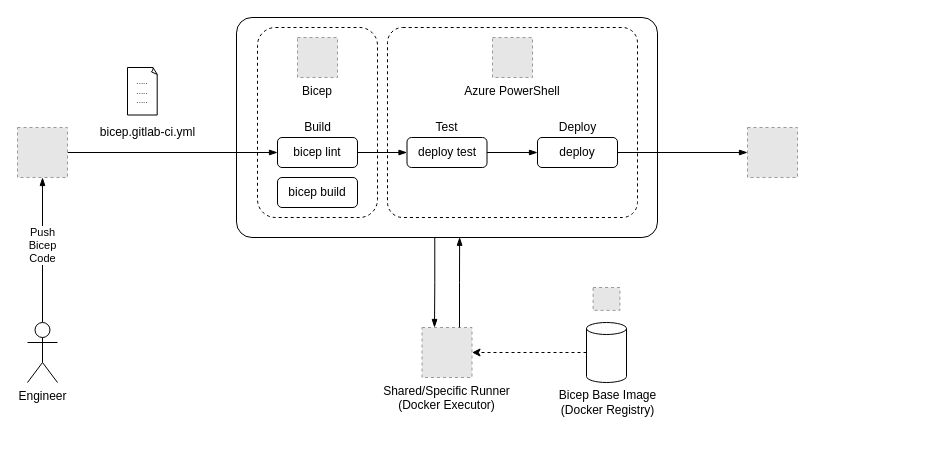
Earlier version of the draw.io diagram page "deployment" (2 of 3) of assets/2025-06-08-bicep-deployment-stack/bicep-deployment-stack.drawio (webflow-development/webflow.github.io). Source tidied: cells renumbered, new cells numbered last; positions are measured from the earlier drawing's top-left corner, leaving out a move shared by most shapes. Both pictures are drawn from the tidied source at 100%, with x=0, y=0 at pixel (17, 17). Pictures stored in the file or linked from it are replaced by grey dashed boxes.
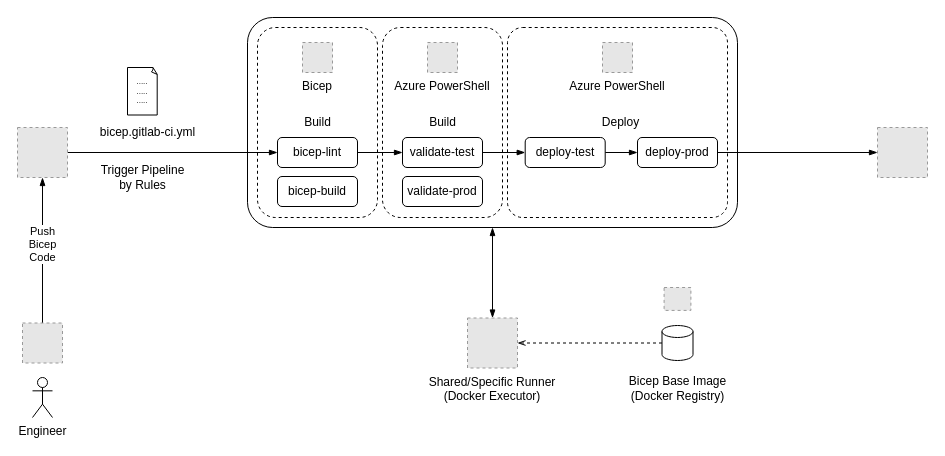
The same diagram, later.

Unchanged cells that the change refers to:
```xml
<mxCell id="7" style="fillColor=#E6E6E6;strokeColor=#999999;dashed=1;verticalLabelPosition=bottom;labelBackgroundColor=default;verticalAlign=top;" parent="1" vertex="1">
  <mxGeometry y="110" width="50" height="50" as="geometry" />
</mxCell>
```

What changed in the source:
```diff
@@
-    <mxCell id="2" style="edgeStyle=orthogonalEdgeStyle;rounded=0;jettySize=auto;html=1;entryX=0.25;entryY=0;entryDx=0;entryDy=0;exitX=0.471;exitY=0.999;exitDx=0;exitDy=0;exitPerimeter=0;endArrow=blockThin;endFill=1;" parent="1" edge="1" source="3" target="26">
-      <mxGeometry relative="1" as="geometry" />
-    </mxCell>
-    <mxCell id="3" style="rounded=1;whiteSpace=wrap;html=1;arcSize=7;" parent="1" vertex="1">
-      <mxGeometry x="219" width="421" height="220" as="geometry" />
+    <mxCell id="3" style="rounded=1;whiteSpace=wrap;html=1;arcSize=12;" parent="1" vertex="1">
+      <mxGeometry x="230" width="490" height="210" as="geometry" />
     </mxCell>
+    <mxCell id="32" style="rounded=1;whiteSpace=wrap;html=1;dashed=1;" parent="1" vertex="1">
+      <mxGeometry x="365" y="10" width="120" height="190" as="geometry" />
+    </mxCell>
@@
     <mxCell id="5" style="rounded=1;whiteSpace=wrap;html=1;dashed=1;arcSize=8;" parent="1" vertex="1">
-      <mxGeometry x="370" y="10" width="250" height="190" as="geometry" />
+      <mxGeometry x="490" y="10" width="220" height="190" as="geometry" />
     </mxCell>
@@
     <mxCell id="8" style="fillColor=#E6E6E6;strokeColor=#999999;dashed=1;verticalLabelPosition=bottom;labelBackgroundColor=default;verticalAlign=top;" parent="1" vertex="1">
-      <mxGeometry x="730" y="110" width="50" height="50" as="geometry" />
+      <mxGeometry x="860" y="110" width="50" height="50" as="geometry" />
     </mxCell>
-    <mxCell id="9" style="edgeStyle=orthogonalEdgeStyle;rounded=0;jettySize=auto;html=1;endArrow=blockThin;endFill=1;" parent="1" edge="1" source="11" target="7">
+    <mxCell id="9" style="edgeStyle=orthogonalEdgeStyle;rounded=0;jettySize=auto;html=1;endArrow=blockThin;endFill=1;exitX=0.5;exitY=0;exitDx=0;exitDy=0;" parent="1" edge="1" source="39" target="7">
       <mxGeometry relative="1" as="geometry" />
     </mxCell>
@@
     <mxCell id="11" value="Engineer" style="shape=umlActor;verticalLabelPosition=bottom;verticalAlign=top;html=1;outlineConnect=0;" parent="1" vertex="1">
-      <mxGeometry x="10" y="305" width="30" height="60" as="geometry" />
+      <mxGeometry x="15" y="360" width="20" height="40" as="geometry" />
     </mxCell>
-    <mxCell id="12" style="edgeStyle=orthogonalEdgeStyle;rounded=0;jettySize=auto;html=1;entryX=0;entryY=0.5;entryDx=0;entryDy=0;endArrow=blockThin;endFill=1;" parent="1" edge="1" source="13" target="16">
+    <mxCell id="12" style="edgeStyle=orthogonalEdgeStyle;rounded=0;jettySize=auto;html=1;endArrow=blockThin;endFill=1;" parent="1" edge="1" source="13" target="34">
       <mxGeometry relative="1" as="geometry" />
     </mxCell>
-    <mxCell id="13" value="bicep lint" style="rounded=1;whiteSpace=wrap;html=1;" parent="1" vertex="1">
+    <mxCell id="13" value="bicep-lint" style="rounded=1;whiteSpace=wrap;html=1;" parent="1" vertex="1">
       <mxGeometry x="260" y="120" width="80" height="30" as="geometry" />
     </mxCell>
-    <mxCell id="14" value="bicep build" style="rounded=1;whiteSpace=wrap;html=1;" parent="1" vertex="1">
-      <mxGeometry x="260" y="160" width="80" height="30" as="geometry" />
+    <mxCell id="14" value="bicep-build" style="rounded=1;whiteSpace=wrap;html=1;" parent="1" vertex="1">
+      <mxGeometry x="260" y="159" width="80" height="30" as="geometry" />
     </mxCell>
@@
-    <mxCell id="16" value="deploy test" style="rounded=1;whiteSpace=wrap;html=1;" parent="1" vertex="1">
-      <mxGeometry x="389.5" y="120" width="80" height="30" as="geometry" />
+    <mxCell id="16" value="deploy-test" style="rounded=1;whiteSpace=wrap;html=1;" parent="1" vertex="1">
+      <mxGeometry x="507.7" y="120" width="80" height="30" as="geometry" />
     </mxCell>
@@
-    <mxCell id="18" value="deploy" style="rounded=1;whiteSpace=wrap;html=1;" parent="1" vertex="1">
-      <mxGeometry x="520" y="120" width="80" height="30" as="geometry" />
+    <mxCell id="18" value="deploy-prod" style="rounded=1;whiteSpace=wrap;html=1;" parent="1" vertex="1">
+      <mxGeometry x="620" y="120" width="80" height="30" as="geometry" />
     </mxCell>
     <mxCell id="19" value="Bicep" style="fillColor=#E6E6E6;strokeColor=#999999;dashed=1;verticalLabelPosition=bottom;labelBackgroundColor=default;verticalAlign=top;" parent="1" vertex="1">
-      <mxGeometry x="280" y="20" width="40" height="40" as="geometry" />
+      <mxGeometry x="285" y="25" width="30" height="30" as="geometry" />
     </mxCell>
@@
     <mxCell id="22" value="Azure PowerShell" style="fillColor=#E6E6E6;strokeColor=#999999;dashed=1;verticalLabelPosition=bottom;labelBackgroundColor=default;verticalAlign=top;" parent="1" vertex="1">
-      <mxGeometry x="475" y="20" width="40" height="40" as="geometry" />
+      <mxGeometry x="585" y="25" width="30" height="30" as="geometry" />
     </mxCell>
     <mxCell id="23" value="Build" style="text;html=1;align=center;verticalAlign=middle;strokeColor=none;fillColor=none;" parent="1" vertex="1">
-      <mxGeometry x="275" y="95" width="50" height="30" as="geometry" />
+      <mxGeometry x="275" y="90" width="50" height="30" as="geometry" />
     </mxCell>
-    <mxCell id="24" value="Test" style="text;html=1;align=center;verticalAlign=middle;strokeColor=none;fillColor=none;" parent="1" vertex="1">
-      <mxGeometry x="404" y="95" width="50" height="30" as="geometry" />
-    </mxCell>
     <mxCell id="25" value="Deploy" style="text;html=1;align=center;verticalAlign=middle;strokeColor=none;fillColor=none;" parent="1" vertex="1">
-      <mxGeometry x="530" y="95" width="60" height="30" as="geometry" />
+      <mxGeometry x="572.7" y="90" width="60" height="30" as="geometry" />
     </mxCell>
+    <mxCell id="27" style="edgeStyle=none;html=1;startArrow=blockThin;startFill=1;endArrow=blockThin;endFill=1;" parent="1" edge="1" source="26" target="3">
+      <mxGeometry relative="1" as="geometry" />
+    </mxCell>
     <mxCell id="26" value="Shared/Specific Runner&#10;(Docker Executor)" style="fillColor=#E6E6E6;strokeColor=#999999;dashed=1;verticalLabelPosition=bottom;labelBackgroundColor=default;verticalAlign=top;" parent="1" vertex="1">
-      <mxGeometry x="404.5" y="310" width="50" height="50" as="geometry" />
+      <mxGeometry x="450" y="300.5" width="50" height="50" as="geometry" />
     </mxCell>
-    <mxCell id="27" style="edgeStyle=orthogonalEdgeStyle;rounded=0;jettySize=auto;html=1;exitX=0.75;exitY=0;exitDx=0;exitDy=0;entryX=0.53;entryY=0.999;entryDx=0;entryDy=0;entryPerimeter=0;endArrow=blockThin;endFill=1;" parent="1" edge="1" source="26" target="3">
-      <mxGeometry relative="1" as="geometry" />
-    </mxCell>
     <mxCell id="28" style="shape=cylinder3;whiteSpace=wrap;html=1;boundedLbl=1;backgroundOutline=1;size=6;" parent="1" vertex="1">
-      <mxGeometry x="569" y="305" width="40" height="60" as="geometry" />
+      <mxGeometry x="644.5" y="308" width="31" height="35" as="geometry" />
     </mxCell>
     <mxCell id="29" value="Bicep Base Image&lt;div&gt;(Docker Registry)&lt;/div&gt;" style="text;html=1;align=center;verticalAlign=middle;strokeColor=none;fillColor=none;" parent="1" vertex="1">
-      <mxGeometry x="530" y="365" width="120" height="40" as="geometry" />
+      <mxGeometry x="600" y="350.5" width="120" height="40" as="geometry" />
     </mxCell>
-    <mxCell id="30" style="edgeStyle=orthogonalEdgeStyle;rounded=0;jettySize=auto;html=1;dashed=1;" parent="1" edge="1" source="28" target="26">
+    <mxCell id="30" style="edgeStyle=orthogonalEdgeStyle;rounded=0;jettySize=auto;html=1;dashed=1;endArrow=openThin;endFill=0;" parent="1" edge="1" source="28" target="26">
       <mxGeometry relative="1" as="geometry" />
     </mxCell>
     <mxCell id="31" style="fillColor=#E6E6E6;strokeColor=#999999;dashed=1;verticalLabelPosition=bottom;labelBackgroundColor=default;verticalAlign=top;" parent="1" vertex="1">
-      <mxGeometry x="575.6" y="270" width="26.8" height="22.9" as="geometry" />
+      <mxGeometry x="646.6" y="270" width="26.8" height="22.9" as="geometry" />
     </mxCell>
+    <mxCell id="33" style="edgeStyle=none;html=1;endArrow=blockThin;endFill=1;" parent="1" edge="1" source="34" target="16">
+      <mxGeometry relative="1" as="geometry" />
+    </mxCell>
+    <mxCell id="34" value="validate-test" style="rounded=1;whiteSpace=wrap;html=1;" parent="1" vertex="1">
+      <mxGeometry x="385" y="120" width="80" height="30" as="geometry" />
+    </mxCell>
+    <mxCell id="35" value="validate-prod" style="rounded=1;whiteSpace=wrap;html=1;" parent="1" vertex="1">
+      <mxGeometry x="385" y="159" width="80" height="30" as="geometry" />
+    </mxCell>
+    <mxCell id="36" value="Build" style="text;html=1;align=center;verticalAlign=middle;strokeColor=none;fillColor=none;" parent="1" vertex="1">
+      <mxGeometry x="400" y="90" width="50" height="30" as="geometry" />
+    </mxCell>
+    <mxCell id="37" value="Azure PowerShell" style="fillColor=#E6E6E6;strokeColor=#999999;dashed=1;verticalLabelPosition=bottom;labelBackgroundColor=default;verticalAlign=top;" parent="1" vertex="1">
+      <mxGeometry x="410" y="25" width="30" height="30" as="geometry" />
+    </mxCell>
+    <mxCell id="38" value="Trigger Pipeline&lt;div&gt;by Rules&lt;/div&gt;" style="text;html=1;align=center;verticalAlign=middle;strokeColor=none;fillColor=none;" parent="1" vertex="1">
+      <mxGeometry x="70" y="140" width="110" height="40" as="geometry" />
+    </mxCell>
+    <mxCell id="39" style="fillColor=#E6E6E6;strokeColor=#999999;dashed=1;verticalLabelPosition=bottom;labelBackgroundColor=default;verticalAlign=top;" parent="1" vertex="1">
+      <mxGeometry x="5" y="305.5" width="40" height="40" as="geometry" />
+    </mxCell>
```
